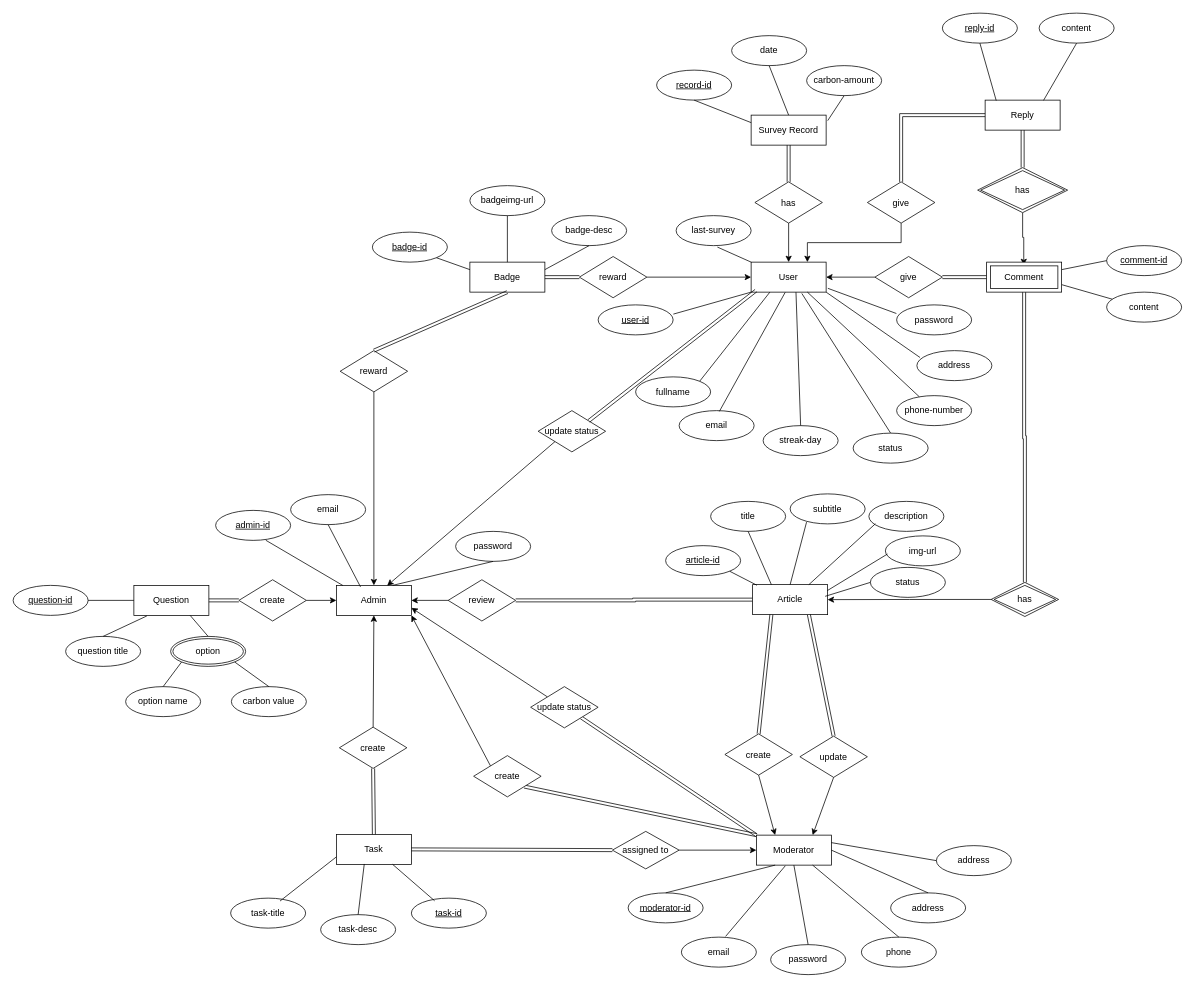
This is carbonTracker.drawio from NoelPOS/carbon-tracker, a draw.io file, before an edit. Source tidied: cells renumbered, new cells numbered last; positions are measured from the earlier drawing's top-left corner, leaving out a move shared by most shapes. Both pictures are drawn from the tidied source at 75%, with x=0, y=0 at pixel (13, 13).
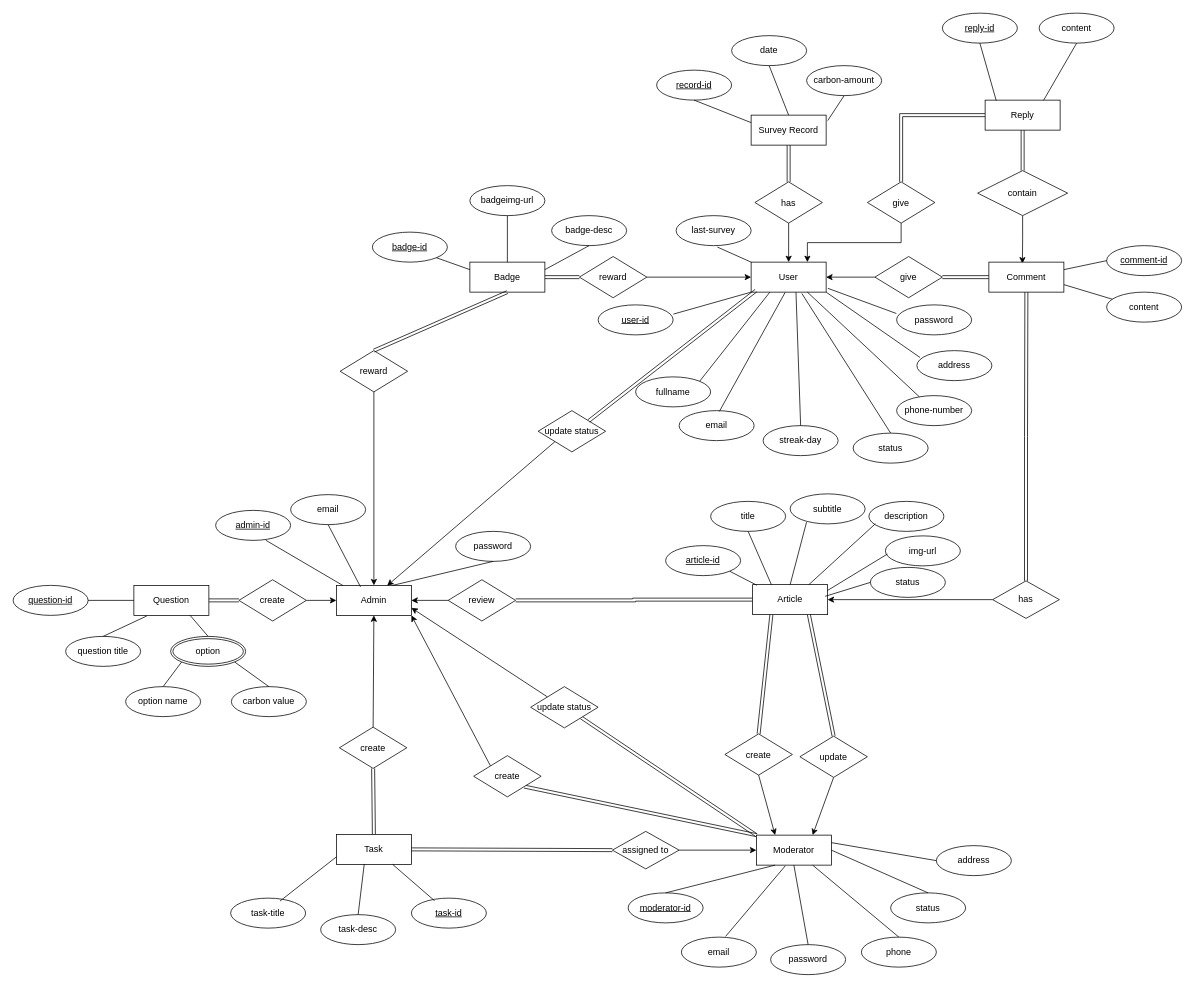
Above is the later version.

The change refers to these unchanged cells:
```xml
<mxCell id="13" value="Article" style="whiteSpace=wrap;html=1;align=center;" parent="1" vertex="1">
  <mxGeometry x="986" y="762" width="100" height="40" as="geometry" />
</mxCell>
<mxCell id="43" value="Reply" style="whiteSpace=wrap;html=1;align=center;" parent="1" vertex="1">
  <mxGeometry x="1296" y="116" width="100" height="40" as="geometry" />
</mxCell>
```

Diff of the diagram source:
```diff
@@
-    <mxCell id="38" style="edgeStyle=orthogonalEdgeStyle;rounded=0;jettySize=auto;html=1;exitX=0;exitY=0.5;exitDx=0;exitDy=0;entryX=1;entryY=0.5;entryDx=0;entryDy=0;" parent="1" edge="1" source="130" target="13">
+    <mxCell id="38" style="edgeStyle=orthogonalEdgeStyle;rounded=0;jettySize=auto;html=1;exitX=0;exitY=0.5;exitDx=0;exitDy=0;entryX=1;entryY=0.5;entryDx=0;entryDy=0;" parent="1" edge="1" source="146" target="13">
       <mxGeometry relative="1" as="geometry" />
     </mxCell>
-    <mxCell id="39" style="edgeStyle=orthogonalEdgeStyle;rounded=0;jettySize=auto;html=1;exitX=0.5;exitY=0;exitDx=0;exitDy=0;entryX=0.5;entryY=1;entryDx=0;entryDy=0;shape=link;" parent="1" edge="1" source="130" target="126">
-      <mxGeometry relative="1" as="geometry" />
-    </mxCell>
@@
-    <mxCell id="44" style="edgeStyle=orthogonalEdgeStyle;rounded=0;jettySize=auto;html=1;exitX=0.5;exitY=0;exitDx=0;exitDy=0;entryX=0.5;entryY=1;entryDx=0;entryDy=0;shape=link;" parent="1" edge="1" source="127" target="43">
+    <mxCell id="44" style="edgeStyle=orthogonalEdgeStyle;rounded=0;jettySize=auto;html=1;exitX=0.5;exitY=0;exitDx=0;exitDy=0;entryX=0.5;entryY=1;entryDx=0;entryDy=0;shape=link;" parent="1" edge="1" source="147" target="43">
       <mxGeometry relative="1" as="geometry" />
     </mxCell>
-    <mxCell id="45" style="edgeStyle=orthogonalEdgeStyle;rounded=0;jettySize=auto;html=1;exitX=0.5;exitY=1;exitDx=0;exitDy=0;entryX=0.495;entryY=0.102;entryDx=0;entryDy=0;entryPerimeter=0;" parent="1" edge="1" source="127" target="126">
+    <mxCell id="45" style="edgeStyle=orthogonalEdgeStyle;rounded=0;jettySize=auto;html=1;exitX=0.5;exitY=1;exitDx=0;exitDy=0;entryX=0.447;entryY=0.046;entryDx=0;entryDy=0;entryPerimeter=0;" parent="1" edge="1" source="147" target="126">
       <mxGeometry relative="1" as="geometry" />
     </mxCell>
@@
-    <mxCell id="60" value="address" style="ellipse;whiteSpace=wrap;html=1;align=center;" parent="1" vertex="1">
+    <mxCell id="60" value="status" style="ellipse;whiteSpace=wrap;html=1;align=center;" parent="1" vertex="1">
       <mxGeometry x="1170" y="1173" width="100" height="40" as="geometry" />
     </mxCell>
@@
-    <mxCell id="126" value="Comment" style="shape=ext;margin=3;double=1;whiteSpace=wrap;html=1;align=center;" parent="1" vertex="1">
-      <mxGeometry x="1298" y="332" width="100" height="40" as="geometry" />
-    </mxCell>
-    <mxCell id="127" value="has" style="shape=rhombus;double=1;perimeter=rhombusPerimeter;whiteSpace=wrap;html=1;align=center;" parent="1" vertex="1">
-      <mxGeometry x="1286" y="206" width="120" height="60" as="geometry" />
-    </mxCell>
@@
-    <mxCell id="130" value="has" style="shape=rhombus;double=1;perimeter=rhombusPerimeter;whiteSpace=wrap;html=1;align=center;" parent="1" vertex="1">
-      <mxGeometry x="1304" y="759" width="90" height="45.5" as="geometry" />
-    </mxCell>
@@
+    <mxCell id="126" value="Comment" style="whiteSpace=wrap;html=1;align=center;" parent="1" vertex="1">
+      <mxGeometry x="1301" y="332" width="100" height="40" as="geometry" />
+    </mxCell>
+    <mxCell id="145" style="edgeStyle=orthogonalEdgeStyle;rounded=0;jettySize=auto;html=1;exitX=0.5;exitY=0;exitDx=0;exitDy=0;entryX=0.5;entryY=1;entryDx=0;entryDy=0;shape=link;" parent="1" edge="1" source="146" target="126">
+      <mxGeometry relative="1" as="geometry" />
+    </mxCell>
+    <mxCell id="146" value="has" style="shape=rhombus;perimeter=rhombusPerimeter;whiteSpace=wrap;html=1;align=center;" parent="1" vertex="1">
+      <mxGeometry x="1306" y="757" width="89" height="50" as="geometry" />
+    </mxCell>
+    <mxCell id="147" value="contain" style="shape=rhombus;perimeter=rhombusPerimeter;whiteSpace=wrap;html=1;align=center;" parent="1" vertex="1">
+      <mxGeometry x="1286" y="210" width="120" height="60" as="geometry" />
+    </mxCell>
```
